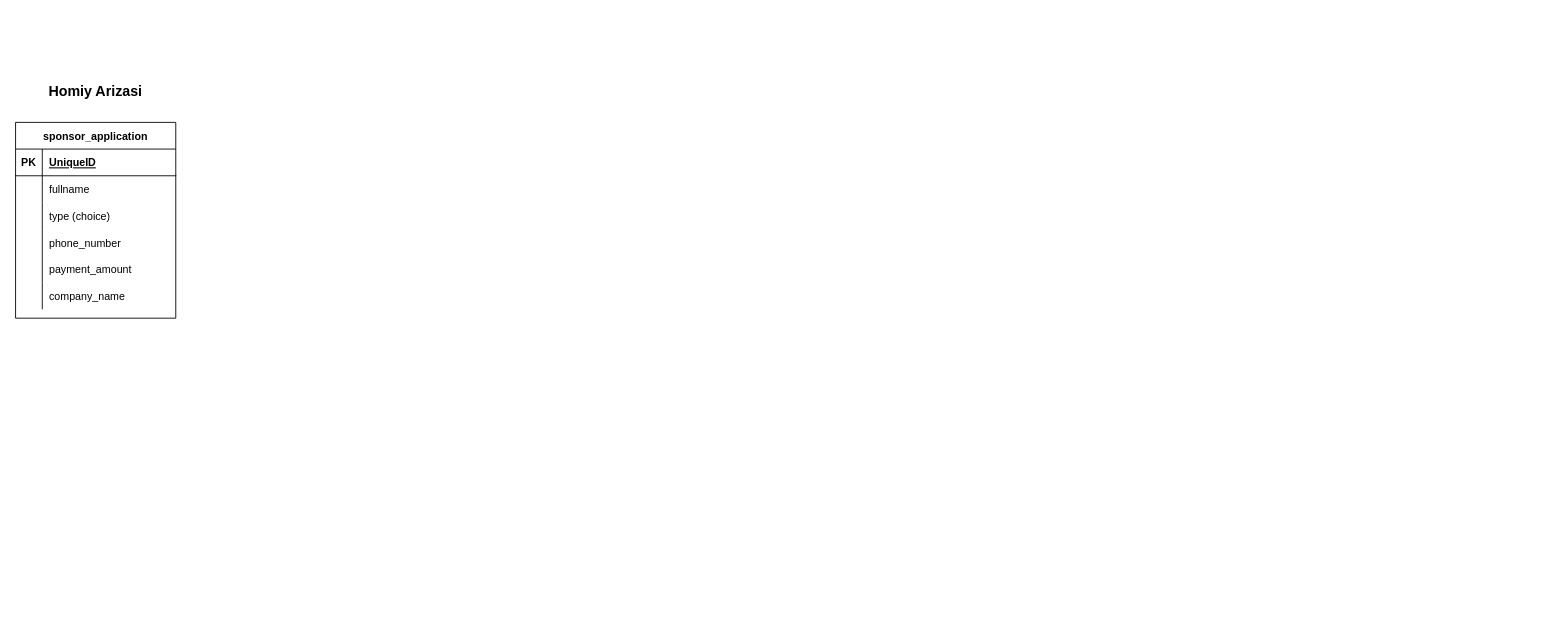
Above: metsenat-club.drawio in jakhongirs/database-schema-designs (draw.io), before the change. Source tidied: cells renumbered, new cells numbered last; positions are measured from the earlier drawing's top-left corner, leaving out a move shared by most shapes. Both pictures are drawn from the tidied source at 89%, with x=0, y=0 at pixel (15, 77).
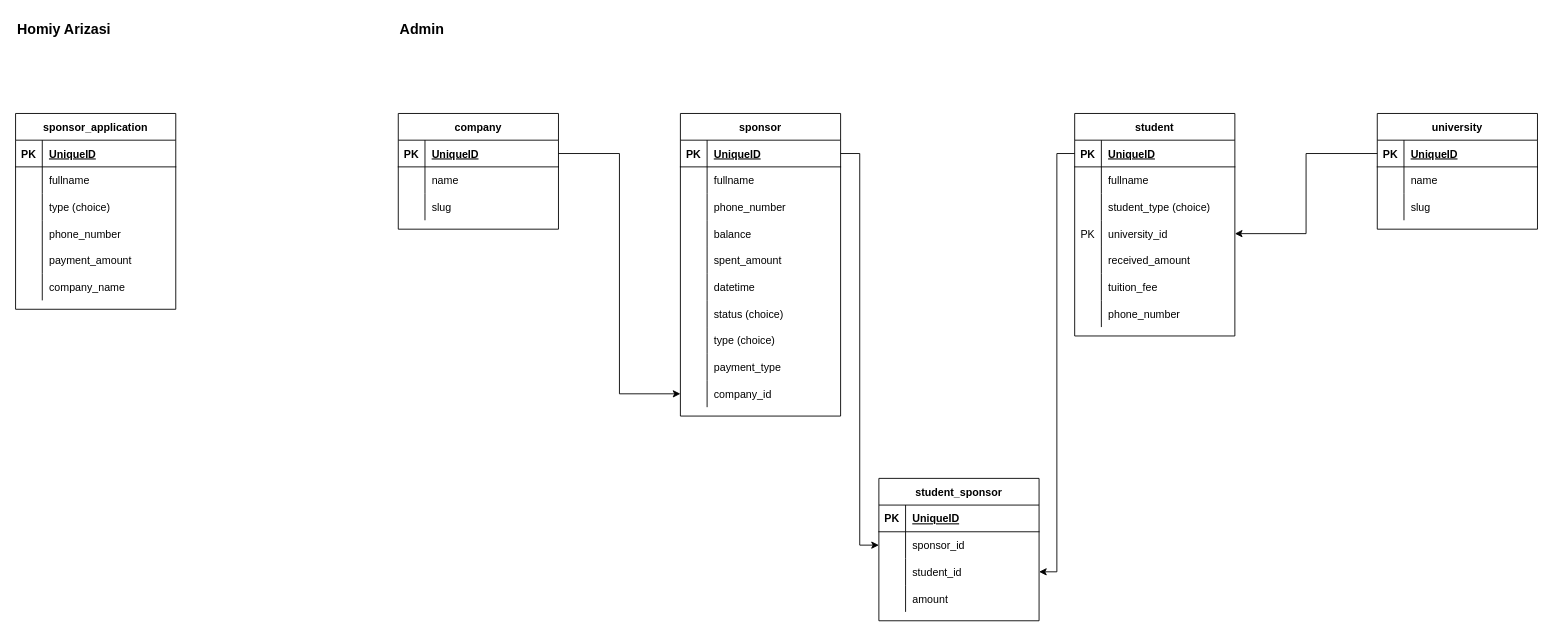
The same diagram, later.

Commit message:
feat: sponsor, student

Change to the diagram source:
```diff
@@
     <mxCell id="2" value="sponsor_application" style="shape=table;startSize=30;childLayout=tableLayout;rowLines=0;fontStyle=1;align=center;" parent="1" vertex="1">
-      <mxGeometry y="50" width="180" height="220" as="geometry" />
+      <mxGeometry y="40" width="180" height="220" as="geometry" />
     </mxCell>
@@
-    <mxCell id="21" value="Homiy Arizasi" style="text;html=1;strokeColor=none;fillColor=none;align=center;verticalAlign=middle;whiteSpace=wrap;rounded=0;fontSize=16;fontStyle=1;" parent="1" vertex="1">
-      <mxGeometry x="35" width="110" height="30" as="geometry" />
+    <mxCell id="21" value="Homiy Arizasi" style="text;html=1;strokeColor=none;fillColor=none;align=left;verticalAlign=middle;whiteSpace=wrap;rounded=0;fontSize=16;fontStyle=1;" parent="1" vertex="1">
+      <mxGeometry y="-70" width="110" height="30" as="geometry" />
     </mxCell>
+    <mxCell id="22" value="Admin" style="text;html=1;strokeColor=none;fillColor=none;align=left;verticalAlign=middle;whiteSpace=wrap;rounded=0;fontSize=16;fontStyle=1;" parent="1" vertex="1">
+      <mxGeometry x="430" y="-70" width="110" height="30" as="geometry" />
+    </mxCell>
+    <mxCell id="23" value="student" style="shape=table;startSize=30;childLayout=tableLayout;rowLines=0;fontStyle=1;align=center;" parent="1" vertex="1">
+      <mxGeometry x="1190" y="40" width="180" height="250" as="geometry" />
+    </mxCell>
+    <mxCell id="24" style="shape=tableRow;horizontal=0;startSize=0;swimlaneHead=0;swimlaneBody=0;fillColor=none;points=[[0,0.5],[1,0.5]];portConstraint=eastwest;top=0;left=0;right=0;bottom=1;" parent="23" vertex="1">
+      <mxGeometry y="30" width="180" height="30" as="geometry" />
+    </mxCell>
+    <mxCell id="25" value="PK" style="shape=partialRectangle;fillColor=none;top=0;left=0;bottom=0;right=0;fontStyle=1;overflow=hidden;" parent="24" vertex="1">
+      <mxGeometry width="30" height="30" as="geometry" />
+    </mxCell>
+    <mxCell id="26" value="UniqueID" style="shape=partialRectangle;fillColor=none;top=0;left=0;bottom=0;right=0;align=left;spacingLeft=6;fontStyle=5;overflow=hidden;" parent="24" vertex="1">
+      <mxGeometry x="30" width="150" height="30" as="geometry" />
+    </mxCell>
+    <mxCell id="27" style="shape=tableRow;horizontal=0;startSize=0;swimlaneHead=0;swimlaneBody=0;fillColor=none;top=0;left=0;right=0;bottom=0;" parent="23" vertex="1">
+      <mxGeometry y="60" width="180" height="30" as="geometry" />
+    </mxCell>
+    <mxCell id="28" style="shape=partialRectangle;fillColor=none;top=0;left=0;bottom=0;right=0;overflow=hidden;" parent="27" vertex="1">
+      <mxGeometry width="30" height="30" as="geometry" />
+    </mxCell>
+    <mxCell id="29" value="fullname" style="shape=partialRectangle;fillColor=none;top=0;left=0;bottom=0;right=0;align=left;spacingLeft=6;overflow=hidden;" parent="27" vertex="1">
+      <mxGeometry x="30" width="150" height="30" as="geometry" />
+    </mxCell>
+    <mxCell id="30" style="shape=tableRow;horizontal=0;startSize=0;swimlaneHead=0;swimlaneBody=0;fillColor=none;top=0;left=0;right=0;bottom=0;" parent="23" vertex="1">
+      <mxGeometry y="90" width="180" height="30" as="geometry" />
+    </mxCell>
+    <mxCell id="31" style="shape=partialRectangle;fillColor=none;top=0;left=0;bottom=0;right=0;overflow=hidden;" parent="30" vertex="1">
+      <mxGeometry width="30" height="30" as="geometry" />
+    </mxCell>
+    <mxCell id="32" value="student_type (choice)" style="shape=partialRectangle;fillColor=none;top=0;left=0;bottom=0;right=0;align=left;spacingLeft=6;overflow=hidden;" parent="30" vertex="1">
+      <mxGeometry x="30" width="150" height="30" as="geometry" />
+    </mxCell>
+    <mxCell id="33" style="shape=tableRow;horizontal=0;startSize=0;swimlaneHead=0;swimlaneBody=0;fillColor=none;points=[[0,0.5],[1,0.5]];portConstraint=eastwest;top=0;left=0;right=0;bottom=0;" parent="23" vertex="1">
+      <mxGeometry y="120" width="180" height="30" as="geometry" />
+    </mxCell>
+    <mxCell id="34" value="PK" style="shape=partialRectangle;fillColor=none;top=0;left=0;bottom=0;right=0;overflow=hidden;" parent="33" vertex="1">
+      <mxGeometry width="30" height="30" as="geometry" />
+    </mxCell>
+    <mxCell id="35" value="university_id" style="shape=partialRectangle;fillColor=none;top=0;left=0;bottom=0;right=0;align=left;spacingLeft=6;overflow=hidden;" parent="33" vertex="1">
+      <mxGeometry x="30" width="150" height="30" as="geometry" />
+    </mxCell>
+    <mxCell id="36" style="shape=tableRow;horizontal=0;startSize=0;swimlaneHead=0;swimlaneBody=0;fillColor=none;top=0;left=0;right=0;bottom=0;" parent="23" vertex="1">
+      <mxGeometry y="150" width="180" height="30" as="geometry" />
+    </mxCell>
+    <mxCell id="37" style="shape=partialRectangle;fillColor=none;top=0;left=0;bottom=0;right=0;overflow=hidden;" parent="36" vertex="1">
+      <mxGeometry width="30" height="30" as="geometry" />
+    </mxCell>
+    <mxCell id="38" value="received_amount" style="shape=partialRectangle;fillColor=none;top=0;left=0;bottom=0;right=0;align=left;spacingLeft=6;overflow=hidden;" parent="36" vertex="1">
+      <mxGeometry x="30" width="150" height="30" as="geometry" />
+    </mxCell>
+    <mxCell id="39" style="shape=tableRow;horizontal=0;startSize=0;swimlaneHead=0;swimlaneBody=0;fillColor=none;top=0;left=0;right=0;bottom=0;" parent="23" vertex="1">
+      <mxGeometry y="180" width="180" height="30" as="geometry" />
+    </mxCell>
+    <mxCell id="40" style="shape=partialRectangle;fillColor=none;top=0;left=0;bottom=0;right=0;overflow=hidden;" parent="39" vertex="1">
+      <mxGeometry width="30" height="30" as="geometry" />
+    </mxCell>
+    <mxCell id="41" value="tuition_fee" style="shape=partialRectangle;fillColor=none;top=0;left=0;bottom=0;right=0;align=left;spacingLeft=6;overflow=hidden;" parent="39" vertex="1">
+      <mxGeometry x="30" width="150" height="30" as="geometry" />
+    </mxCell>
+    <mxCell id="42" style="shape=tableRow;horizontal=0;startSize=0;swimlaneHead=0;swimlaneBody=0;fillColor=none;top=0;left=0;right=0;bottom=0;" parent="23" vertex="1">
+      <mxGeometry y="210" width="180" height="30" as="geometry" />
+    </mxCell>
+    <mxCell id="43" style="shape=partialRectangle;fillColor=none;top=0;left=0;bottom=0;right=0;overflow=hidden;" parent="42" vertex="1">
+      <mxGeometry width="30" height="30" as="geometry" />
+    </mxCell>
+    <mxCell id="44" value="phone_number" style="shape=partialRectangle;fillColor=none;top=0;left=0;bottom=0;right=0;align=left;spacingLeft=6;overflow=hidden;" parent="42" vertex="1">
+      <mxGeometry x="30" width="150" height="30" as="geometry" />
+    </mxCell>
+    <mxCell id="45" value="university" style="shape=table;startSize=30;childLayout=tableLayout;rowLines=0;fontStyle=1;align=center;" parent="1" vertex="1">
+      <mxGeometry x="1530" y="40" width="180" height="130" as="geometry" />
+    </mxCell>
+    <mxCell id="46" style="shape=tableRow;horizontal=0;startSize=0;swimlaneHead=0;swimlaneBody=0;fillColor=none;points=[[0,0.5],[1,0.5]];portConstraint=eastwest;top=0;left=0;right=0;bottom=1;" parent="45" vertex="1">
+      <mxGeometry y="30" width="180" height="30" as="geometry" />
+    </mxCell>
+    <mxCell id="47" value="PK" style="shape=partialRectangle;fillColor=none;top=0;left=0;bottom=0;right=0;fontStyle=1;overflow=hidden;" parent="46" vertex="1">
+      <mxGeometry width="30" height="30" as="geometry" />
+    </mxCell>
+    <mxCell id="48" value="UniqueID" style="shape=partialRectangle;fillColor=none;top=0;left=0;bottom=0;right=0;align=left;spacingLeft=6;fontStyle=5;overflow=hidden;" parent="46" vertex="1">
+      <mxGeometry x="30" width="150" height="30" as="geometry" />
+    </mxCell>
+    <mxCell id="49" style="shape=tableRow;horizontal=0;startSize=0;swimlaneHead=0;swimlaneBody=0;fillColor=none;top=0;left=0;right=0;bottom=0;" parent="45" vertex="1">
+      <mxGeometry y="60" width="180" height="30" as="geometry" />
+    </mxCell>
+    <mxCell id="50" style="shape=partialRectangle;fillColor=none;top=0;left=0;bottom=0;right=0;overflow=hidden;" parent="49" vertex="1">
+      <mxGeometry width="30" height="30" as="geometry" />
+    </mxCell>
+    <mxCell id="51" value="name" style="shape=partialRectangle;fillColor=none;top=0;left=0;bottom=0;right=0;align=left;spacingLeft=6;overflow=hidden;" parent="49" vertex="1">
+      <mxGeometry x="30" width="150" height="30" as="geometry" />
+    </mxCell>
+    <mxCell id="52" style="shape=tableRow;horizontal=0;startSize=0;swimlaneHead=0;swimlaneBody=0;fillColor=none;top=0;left=0;right=0;bottom=0;" parent="45" vertex="1">
+      <mxGeometry y="90" width="180" height="30" as="geometry" />
+    </mxCell>
+    <mxCell id="53" style="shape=partialRectangle;fillColor=none;top=0;left=0;bottom=0;right=0;overflow=hidden;" parent="52" vertex="1">
+      <mxGeometry width="30" height="30" as="geometry" />
+    </mxCell>
+    <mxCell id="54" value="slug" style="shape=partialRectangle;fillColor=none;top=0;left=0;bottom=0;right=0;align=left;spacingLeft=6;overflow=hidden;" parent="52" vertex="1">
+      <mxGeometry x="30" width="150" height="30" as="geometry" />
+    </mxCell>
+    <mxCell id="55" style="edgeStyle=orthogonalEdgeStyle;rounded=0;jettySize=auto;html=1;" parent="1" edge="1" source="46" target="33">
+      <mxGeometry relative="1" as="geometry" />
+    </mxCell>
+    <mxCell id="56" value="sponsor" style="shape=table;startSize=30;childLayout=tableLayout;rowLines=0;fontStyle=1;align=center;" parent="1" vertex="1">
+      <mxGeometry x="747" y="40" width="180" height="340" as="geometry" />
+    </mxCell>
+    <mxCell id="57" style="shape=tableRow;horizontal=0;startSize=0;swimlaneHead=0;swimlaneBody=0;fillColor=none;points=[[0,0.5],[1,0.5]];portConstraint=eastwest;top=0;left=0;right=0;bottom=1;" parent="56" vertex="1">
+      <mxGeometry y="30" width="180" height="30" as="geometry" />
+    </mxCell>
+    <mxCell id="58" value="PK" style="shape=partialRectangle;fillColor=none;top=0;left=0;bottom=0;right=0;fontStyle=1;overflow=hidden;" parent="57" vertex="1">
+      <mxGeometry width="30" height="30" as="geometry" />
+    </mxCell>
+    <mxCell id="59" value="UniqueID" style="shape=partialRectangle;fillColor=none;top=0;left=0;bottom=0;right=0;align=left;spacingLeft=6;fontStyle=5;overflow=hidden;" parent="57" vertex="1">
+      <mxGeometry x="30" width="150" height="30" as="geometry" />
+    </mxCell>
+    <mxCell id="60" style="shape=tableRow;horizontal=0;startSize=0;swimlaneHead=0;swimlaneBody=0;fillColor=none;top=0;left=0;right=0;bottom=0;" parent="56" vertex="1">
+      <mxGeometry y="60" width="180" height="30" as="geometry" />
+    </mxCell>
+    <mxCell id="61" style="shape=partialRectangle;fillColor=none;top=0;left=0;bottom=0;right=0;overflow=hidden;" parent="60" vertex="1">
+      <mxGeometry width="30" height="30" as="geometry" />
+    </mxCell>
+    <mxCell id="62" value="fullname" style="shape=partialRectangle;fillColor=none;top=0;left=0;bottom=0;right=0;align=left;spacingLeft=6;overflow=hidden;" parent="60" vertex="1">
+      <mxGeometry x="30" width="150" height="30" as="geometry" />
+    </mxCell>
+    <mxCell id="63" style="shape=tableRow;horizontal=0;startSize=0;swimlaneHead=0;swimlaneBody=0;fillColor=none;top=0;left=0;right=0;bottom=0;" parent="56" vertex="1">
+      <mxGeometry y="90" width="180" height="30" as="geometry" />
+    </mxCell>
+    <mxCell id="64" style="shape=partialRectangle;fillColor=none;top=0;left=0;bottom=0;right=0;overflow=hidden;" parent="63" vertex="1">
+      <mxGeometry width="30" height="30" as="geometry" />
+    </mxCell>
+    <mxCell id="65" value="phone_number" style="shape=partialRectangle;fillColor=none;top=0;left=0;bottom=0;right=0;align=left;spacingLeft=6;overflow=hidden;" parent="63" vertex="1">
+      <mxGeometry x="30" width="150" height="30" as="geometry" />
+    </mxCell>
+    <mxCell id="66" style="shape=tableRow;horizontal=0;startSize=0;swimlaneHead=0;swimlaneBody=0;fillColor=none;top=0;left=0;right=0;bottom=0;" parent="56" vertex="1">
+      <mxGeometry y="120" width="180" height="30" as="geometry" />
+    </mxCell>
+    <mxCell id="67" style="shape=partialRectangle;fillColor=none;top=0;left=0;bottom=0;right=0;overflow=hidden;" parent="66" vertex="1">
+      <mxGeometry width="30" height="30" as="geometry" />
+    </mxCell>
+    <mxCell id="68" value="balance" style="shape=partialRectangle;fillColor=none;top=0;left=0;bottom=0;right=0;align=left;spacingLeft=6;overflow=hidden;" parent="66" vertex="1">
+      <mxGeometry x="30" width="150" height="30" as="geometry" />
+    </mxCell>
+    <mxCell id="69" style="shape=tableRow;horizontal=0;startSize=0;swimlaneHead=0;swimlaneBody=0;fillColor=none;top=0;left=0;right=0;bottom=0;" parent="56" vertex="1">
+      <mxGeometry y="150" width="180" height="30" as="geometry" />
+    </mxCell>
+    <mxCell id="70" style="shape=partialRectangle;fillColor=none;top=0;left=0;bottom=0;right=0;overflow=hidden;" parent="69" vertex="1">
+      <mxGeometry width="30" height="30" as="geometry" />
+    </mxCell>
+    <mxCell id="71" value="spent_amount" style="shape=partialRectangle;fillColor=none;top=0;left=0;bottom=0;right=0;align=left;spacingLeft=6;overflow=hidden;" parent="69" vertex="1">
+      <mxGeometry x="30" width="150" height="30" as="geometry" />
+    </mxCell>
+    <mxCell id="72" style="shape=tableRow;horizontal=0;startSize=0;swimlaneHead=0;swimlaneBody=0;fillColor=none;top=0;left=0;right=0;bottom=0;" parent="56" vertex="1">
+      <mxGeometry y="180" width="180" height="30" as="geometry" />
+    </mxCell>
+    <mxCell id="73" style="shape=partialRectangle;fillColor=none;top=0;left=0;bottom=0;right=0;overflow=hidden;" parent="72" vertex="1">
+      <mxGeometry width="30" height="30" as="geometry" />
+    </mxCell>
+    <mxCell id="74" value="datetime" style="shape=partialRectangle;fillColor=none;top=0;left=0;bottom=0;right=0;align=left;spacingLeft=6;overflow=hidden;" parent="72" vertex="1">
+      <mxGeometry x="30" width="150" height="30" as="geometry" />
+    </mxCell>
+    <mxCell id="75" style="shape=tableRow;horizontal=0;startSize=0;swimlaneHead=0;swimlaneBody=0;fillColor=none;top=0;left=0;right=0;bottom=0;" parent="56" vertex="1">
+      <mxGeometry y="210" width="180" height="30" as="geometry" />
+    </mxCell>
+    <mxCell id="76" style="shape=partialRectangle;fillColor=none;top=0;left=0;bottom=0;right=0;overflow=hidden;" parent="75" vertex="1">
+      <mxGeometry width="30" height="30" as="geometry" />
+    </mxCell>
+    <mxCell id="77" value="status (choice)" style="shape=partialRectangle;fillColor=none;top=0;left=0;bottom=0;right=0;align=left;spacingLeft=6;overflow=hidden;" parent="75" vertex="1">
+      <mxGeometry x="30" width="150" height="30" as="geometry" />
+    </mxCell>
+    <mxCell id="78" style="shape=tableRow;horizontal=0;startSize=0;swimlaneHead=0;swimlaneBody=0;fillColor=none;top=0;left=0;right=0;bottom=0;" parent="56" vertex="1">
+      <mxGeometry y="240" width="180" height="30" as="geometry" />
+    </mxCell>
+    <mxCell id="79" style="shape=partialRectangle;fillColor=none;top=0;left=0;bottom=0;right=0;overflow=hidden;" parent="78" vertex="1">
+      <mxGeometry width="30" height="30" as="geometry" />
+    </mxCell>
+    <mxCell id="80" value="type (choice)" style="shape=partialRectangle;fillColor=none;top=0;left=0;bottom=0;right=0;align=left;spacingLeft=6;overflow=hidden;" parent="78" vertex="1">
+      <mxGeometry x="30" width="150" height="30" as="geometry" />
+    </mxCell>
+    <mxCell id="81" style="shape=tableRow;horizontal=0;startSize=0;swimlaneHead=0;swimlaneBody=0;fillColor=none;top=0;left=0;right=0;bottom=0;" parent="56" vertex="1">
+      <mxGeometry y="270" width="180" height="30" as="geometry" />
+    </mxCell>
+    <mxCell id="82" style="shape=partialRectangle;fillColor=none;top=0;left=0;bottom=0;right=0;overflow=hidden;" parent="81" vertex="1">
+      <mxGeometry width="30" height="30" as="geometry" />
+    </mxCell>
+    <mxCell id="83" value="payment_type" style="shape=partialRectangle;fillColor=none;top=0;left=0;bottom=0;right=0;align=left;spacingLeft=6;overflow=hidden;" parent="81" vertex="1">
+      <mxGeometry x="30" width="150" height="30" as="geometry" />
+    </mxCell>
+    <mxCell id="84" style="shape=tableRow;horizontal=0;startSize=0;swimlaneHead=0;swimlaneBody=0;fillColor=none;points=[[0,0.5],[1,0.5]];portConstraint=eastwest;top=0;left=0;right=0;bottom=0;" parent="56" vertex="1">
+      <mxGeometry y="300" width="180" height="30" as="geometry" />
+    </mxCell>
+    <mxCell id="85" style="shape=partialRectangle;fillColor=none;top=0;left=0;bottom=0;right=0;overflow=hidden;" parent="84" vertex="1">
+      <mxGeometry width="30" height="30" as="geometry" />
+    </mxCell>
+    <mxCell id="86" value="company_id" style="shape=partialRectangle;fillColor=none;top=0;left=0;bottom=0;right=0;align=left;spacingLeft=6;overflow=hidden;" parent="84" vertex="1">
+      <mxGeometry x="30" width="150" height="30" as="geometry" />
+    </mxCell>
+    <mxCell id="87" value="company" style="shape=table;startSize=30;childLayout=tableLayout;rowLines=0;fontStyle=1;align=center;" parent="1" vertex="1">
+      <mxGeometry x="430" y="40" width="180" height="130" as="geometry" />
+    </mxCell>
+    <mxCell id="88" style="shape=tableRow;horizontal=0;startSize=0;swimlaneHead=0;swimlaneBody=0;fillColor=none;points=[[0,0.5],[1,0.5]];portConstraint=eastwest;top=0;left=0;right=0;bottom=1;" parent="87" vertex="1">
+      <mxGeometry y="30" width="180" height="30" as="geometry" />
+    </mxCell>
+    <mxCell id="89" value="PK" style="shape=partialRectangle;fillColor=none;top=0;left=0;bottom=0;right=0;fontStyle=1;overflow=hidden;" parent="88" vertex="1">
+      <mxGeometry width="30" height="30" as="geometry" />
+    </mxCell>
+    <mxCell id="90" value="UniqueID" style="shape=partialRectangle;fillColor=none;top=0;left=0;bottom=0;right=0;align=left;spacingLeft=6;fontStyle=5;overflow=hidden;" parent="88" vertex="1">
+      <mxGeometry x="30" width="150" height="30" as="geometry" />
+    </mxCell>
+    <mxCell id="91" style="shape=tableRow;horizontal=0;startSize=0;swimlaneHead=0;swimlaneBody=0;fillColor=none;top=0;left=0;right=0;bottom=0;" parent="87" vertex="1">
+      <mxGeometry y="60" width="180" height="30" as="geometry" />
+    </mxCell>
+    <mxCell id="92" style="shape=partialRectangle;fillColor=none;top=0;left=0;bottom=0;right=0;overflow=hidden;" parent="91" vertex="1">
+      <mxGeometry width="30" height="30" as="geometry" />
+    </mxCell>
+    <mxCell id="93" value="name" style="shape=partialRectangle;fillColor=none;top=0;left=0;bottom=0;right=0;align=left;spacingLeft=6;overflow=hidden;" parent="91" vertex="1">
+      <mxGeometry x="30" width="150" height="30" as="geometry" />
+    </mxCell>
+    <mxCell id="94" style="shape=tableRow;horizontal=0;startSize=0;swimlaneHead=0;swimlaneBody=0;fillColor=none;top=0;left=0;right=0;bottom=0;" parent="87" vertex="1">
+      <mxGeometry y="90" width="180" height="30" as="geometry" />
+    </mxCell>
+    <mxCell id="95" style="shape=partialRectangle;fillColor=none;top=0;left=0;bottom=0;right=0;overflow=hidden;" parent="94" vertex="1">
+      <mxGeometry width="30" height="30" as="geometry" />
+    </mxCell>
+    <mxCell id="96" value="slug" style="shape=partialRectangle;fillColor=none;top=0;left=0;bottom=0;right=0;align=left;spacingLeft=6;overflow=hidden;" parent="94" vertex="1">
+      <mxGeometry x="30" width="150" height="30" as="geometry" />
+    </mxCell>
+    <mxCell id="97" style="edgeStyle=orthogonalEdgeStyle;rounded=0;jettySize=auto;html=1;" parent="1" edge="1" source="88" target="84">
+      <mxGeometry relative="1" as="geometry" />
+    </mxCell>
+    <mxCell id="98" value="student_sponsor" style="shape=table;startSize=30;childLayout=tableLayout;rowLines=0;fontStyle=1;align=center;" parent="1" vertex="1">
+      <mxGeometry x="970" y="450" width="180" height="160" as="geometry" />
+    </mxCell>
+    <mxCell id="99" style="shape=tableRow;horizontal=0;startSize=0;swimlaneHead=0;swimlaneBody=0;fillColor=none;top=0;left=0;right=0;bottom=1;" parent="98" vertex="1">
+      <mxGeometry y="30" width="180" height="30" as="geometry" />
+    </mxCell>
+    <mxCell id="100" value="PK" style="shape=partialRectangle;fillColor=none;top=0;left=0;bottom=0;right=0;fontStyle=1;overflow=hidden;" parent="99" vertex="1">
+      <mxGeometry width="30" height="30" as="geometry" />
+    </mxCell>
+    <mxCell id="101" value="UniqueID" style="shape=partialRectangle;fillColor=none;top=0;left=0;bottom=0;right=0;align=left;spacingLeft=6;fontStyle=5;overflow=hidden;" parent="99" vertex="1">
+      <mxGeometry x="30" width="150" height="30" as="geometry" />
+    </mxCell>
+    <mxCell id="102" style="shape=tableRow;horizontal=0;startSize=0;swimlaneHead=0;swimlaneBody=0;fillColor=none;points=[[0,0.5],[1,0.5]];portConstraint=eastwest;top=0;left=0;right=0;bottom=0;" parent="98" vertex="1">
+      <mxGeometry y="60" width="180" height="30" as="geometry" />
+    </mxCell>
+    <mxCell id="103" style="shape=partialRectangle;fillColor=none;top=0;left=0;bottom=0;right=0;overflow=hidden;" parent="102" vertex="1">
+      <mxGeometry width="30" height="30" as="geometry" />
+    </mxCell>
+    <mxCell id="104" value="sponsor_id" style="shape=partialRectangle;fillColor=none;top=0;left=0;bottom=0;right=0;align=left;spacingLeft=6;overflow=hidden;" parent="102" vertex="1">
+      <mxGeometry x="30" width="150" height="30" as="geometry" />
+    </mxCell>
+    <mxCell id="105" style="shape=tableRow;horizontal=0;startSize=0;swimlaneHead=0;swimlaneBody=0;fillColor=none;points=[[0,0.5],[1,0.5]];portConstraint=eastwest;top=0;left=0;right=0;bottom=0;" parent="98" vertex="1">
+      <mxGeometry y="90" width="180" height="30" as="geometry" />
+    </mxCell>
+    <mxCell id="106" style="shape=partialRectangle;fillColor=none;top=0;left=0;bottom=0;right=0;overflow=hidden;" parent="105" vertex="1">
+      <mxGeometry width="30" height="30" as="geometry" />
+    </mxCell>
+    <mxCell id="107" value="student_id" style="shape=partialRectangle;fillColor=none;top=0;left=0;bottom=0;right=0;align=left;spacingLeft=6;overflow=hidden;" parent="105" vertex="1">
+      <mxGeometry x="30" width="150" height="30" as="geometry" />
+    </mxCell>
+    <mxCell id="108" style="shape=tableRow;horizontal=0;startSize=0;swimlaneHead=0;swimlaneBody=0;fillColor=none;top=0;left=0;right=0;bottom=0;" parent="98" vertex="1">
+      <mxGeometry y="120" width="180" height="30" as="geometry" />
+    </mxCell>
+    <mxCell id="109" style="shape=partialRectangle;fillColor=none;top=0;left=0;bottom=0;right=0;overflow=hidden;" parent="108" vertex="1">
+      <mxGeometry width="30" height="30" as="geometry" />
+    </mxCell>
+    <mxCell id="110" value="amount" style="shape=partialRectangle;fillColor=none;top=0;left=0;bottom=0;right=0;align=left;spacingLeft=6;overflow=hidden;" parent="108" vertex="1">
+      <mxGeometry x="30" width="150" height="30" as="geometry" />
+    </mxCell>
+    <mxCell id="111" style="edgeStyle=orthogonalEdgeStyle;rounded=0;jettySize=auto;html=1;" parent="1" edge="1" source="57" target="102">
+      <mxGeometry relative="1" as="geometry" />
+    </mxCell>
+    <mxCell id="112" style="edgeStyle=orthogonalEdgeStyle;rounded=0;jettySize=auto;html=1;" parent="1" edge="1" source="24" target="105">
+      <mxGeometry relative="1" as="geometry" />
+    </mxCell>
```
